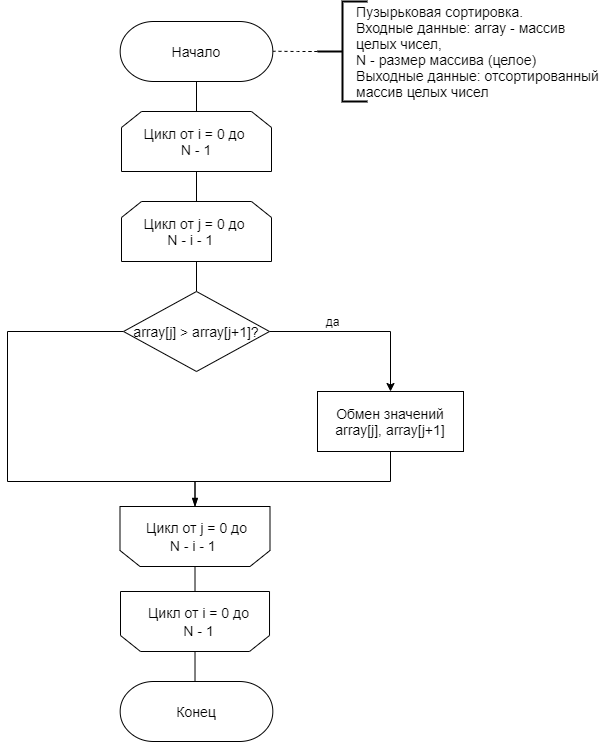
The draw.io diagram lab_03/report/diagrams/bubble.png in leontartykov/bmstu_sem_5_aa, before a commit. Source tidied: cells renumbered, new cells last; positions are measured from the earlier drawing's top-left corner, leaving out a move shared by most shapes. Its diagram source:
```xml
<mxGraphModel>
  <root>
    <mxCell id="0" />
    <mxCell id="1" parent="0" />
    <mxCell id="2" style="edgeStyle=orthogonalEdgeStyle;rounded=0;jettySize=auto;html=1;entryX=0.5;entryY=0;entryDx=0;entryDy=0;endArrow=none;endFill=0;" parent="1" edge="1" source="3" target="5">
      <mxGeometry relative="1" as="geometry" />
    </mxCell>
    <mxCell id="3" value="&lt;span style=&quot;font-size: 14px&quot;&gt;Начало&lt;/span&gt;" style="strokeWidth=1;html=1;shape=(stored shape, 464 characters);whiteSpace=wrap;" parent="1" vertex="1">
      <mxGeometry x="79" y="20" width="220" height="60" as="geometry" />
    </mxCell>
    <mxCell id="4" style="edgeStyle=orthogonalEdgeStyle;rounded=0;jettySize=auto;html=1;entryX=0.5;entryY=0;entryDx=0;entryDy=0;endArrow=none;endFill=0;" parent="1" edge="1" source="5" target="12">
      <mxGeometry relative="1" as="geometry" />
    </mxCell>
    <mxCell id="5" value="&lt;font style=&quot;font-size: 14px&quot;&gt;Цикл от i = 0 до &lt;br&gt;N - 1&lt;/font&gt;" style="shape=loopLimit;whiteSpace=wrap;html=1;" parent="1" vertex="1">
      <mxGeometry x="114" y="110" width="150" height="60" as="geometry" />
    </mxCell>
    <mxCell id="6" style="edgeStyle=orthogonalEdgeStyle;rounded=0;jettySize=auto;html=1;exitX=0.5;exitY=1;exitDx=0;exitDy=0;entryX=0.5;entryY=1;entryDx=0;entryDy=0;endArrow=blockThin;endFill=1;" parent="1" edge="1" source="7" target="19">
      <mxGeometry relative="1" as="geometry">
        <Array as="points">
          <mxPoint x="383" y="480" />
          <mxPoint x="187" y="480" />
          <mxPoint x="187" y="505" />
        </Array>
      </mxGeometry>
    </mxCell>
    <mxCell id="7" value="&lt;font style=&quot;font-size: 14px&quot;&gt;Обмен значений&lt;br&gt;array[j], array[j+1]&lt;/font&gt;" style="rounded=0;whiteSpace=wrap;html=1;" parent="1" vertex="1">
      <mxGeometry x="310" y="390" width="146" height="60" as="geometry" />
    </mxCell>
    <mxCell id="8" style="edgeStyle=orthogonalEdgeStyle;rounded=0;jettySize=auto;html=1;exitX=0;exitY=0.5;exitDx=0;exitDy=0;exitPerimeter=0;entryX=1;entryY=0.5;entryDx=0;entryDy=0;entryPerimeter=0;endArrow=none;endFill=0;dashed=1;" parent="1" edge="1" source="10" target="3">
      <mxGeometry relative="1" as="geometry" />
    </mxCell>
    <mxCell id="9" style="edgeStyle=orthogonalEdgeStyle;rounded=0;jettySize=auto;html=1;dashed=1;endArrow=none;endFill=0;entryX=0.848;entryY=0.496;entryDx=0;entryDy=0;entryPerimeter=0;" parent="1" edge="1" source="10" target="3">
      <mxGeometry relative="1" as="geometry" />
    </mxCell>
    <mxCell id="10" style="strokeWidth=2;html=1;shape=mxgraph.flowchart.annotation_2;align=left;labelPosition=right;" parent="1" vertex="1">
      <mxGeometry x="310" width="50" height="100" as="geometry" />
    </mxCell>
    <mxCell id="11" value="&lt;div style=&quot;text-align: left&quot;&gt;&lt;span style=&quot;font-size: 14px&quot;&gt;Пузырьковая сортировка.&lt;/span&gt;&lt;/div&gt;&lt;font style=&quot;font-size: 14px&quot;&gt;&lt;div style=&quot;text-align: left&quot;&gt;&lt;span&gt;Входные данные: array - массив&lt;/span&gt;&lt;/div&gt;&lt;div style=&quot;text-align: left&quot;&gt;&lt;span&gt;целых чисел,&lt;/span&gt;&lt;/div&gt;&lt;div style=&quot;text-align: left&quot;&gt;&lt;span&gt;N - размер массива (целое)&lt;/span&gt;&lt;/div&gt;&lt;div style=&quot;text-align: left&quot;&gt;&lt;span&gt;Выходные данные: отсортированный&lt;/span&gt;&lt;/div&gt;&lt;div style=&quot;text-align: left&quot;&gt;&lt;span&gt;массив целых чисел&lt;/span&gt;&lt;/div&gt;&lt;/font&gt;" style="text;html=1;align=center;verticalAlign=middle;strokeColor=none;" parent="1" vertex="1">
      <mxGeometry x="340" y="5" width="260" height="90" as="geometry" />
    </mxCell>
    <mxCell id="12" value="&lt;span style=&quot;font-size: 14px&quot;&gt;Цикл от j = 0 до&amp;nbsp;&lt;br&gt;N - i - 1&amp;nbsp; &amp;nbsp;&lt;/span&gt;" style="shape=loopLimit;whiteSpace=wrap;html=1;" parent="1" vertex="1">
      <mxGeometry x="114" y="200" width="150" height="60" as="geometry" />
    </mxCell>
    <mxCell id="13" style="edgeStyle=orthogonalEdgeStyle;rounded=0;jettySize=auto;html=1;entryX=0.5;entryY=0;entryDx=0;entryDy=0;" parent="1" edge="1" source="16" target="7">
      <mxGeometry relative="1" as="geometry" />
    </mxCell>
    <mxCell id="14" style="edgeStyle=orthogonalEdgeStyle;rounded=0;jettySize=auto;html=1;exitX=0.5;exitY=0;exitDx=0;exitDy=0;exitPerimeter=0;entryX=0.5;entryY=1;entryDx=0;entryDy=0;endArrow=none;endFill=0;" parent="1" edge="1" source="16" target="12">
      <mxGeometry relative="1" as="geometry" />
    </mxCell>
    <mxCell id="15" style="edgeStyle=orthogonalEdgeStyle;rounded=0;jettySize=auto;html=1;exitX=0;exitY=0.5;exitDx=0;exitDy=0;exitPerimeter=0;entryX=0.5;entryY=1;entryDx=0;entryDy=0;endArrow=blockThin;endFill=1;" parent="1" edge="1" source="16" target="19">
      <mxGeometry relative="1" as="geometry">
        <Array as="points">
          <mxPoint y="330" />
          <mxPoint y="480" />
          <mxPoint x="187" y="480" />
          <mxPoint x="187" y="505" />
        </Array>
      </mxGeometry>
    </mxCell>
    <mxCell id="16" value="&lt;font style=&quot;font-size: 14px&quot;&gt;array[j] &amp;gt; array[j+1]?&lt;/font&gt;" style="strokeWidth=1;html=1;shape=mxgraph.flowchart.decision;whiteSpace=wrap;" parent="1" vertex="1">
      <mxGeometry x="116" y="290" width="146" height="80" as="geometry" />
    </mxCell>
    <mxCell id="17" value="да&lt;br&gt;" style="text;html=1;align=center;verticalAlign=middle;strokeColor=none;" parent="1" vertex="1">
      <mxGeometry x="310" y="310" width="30" height="20" as="geometry" />
    </mxCell>
    <mxCell id="18" style="group;" parent="1" vertex="1">
      <mxGeometry x="112.5" y="505" width="153" height="60" as="geometry" />
    </mxCell>
    <mxCell id="19" style="shape=loopLimit;whiteSpace=wrap;html=1;rotation=-180;" parent="18" vertex="1">
      <mxGeometry width="150" height="60" as="geometry" />
    </mxCell>
    <mxCell id="20" value="&lt;span style=&quot;font-size: 14px&quot;&gt;Цикл от j = 0 до&amp;nbsp;&lt;/span&gt;&lt;br style=&quot;font-size: 14px&quot;&gt;&lt;span style=&quot;font-size: 14px&quot;&gt;N - i - 1&amp;nbsp; &amp;nbsp;&lt;/span&gt;" style="text;html=1;align=center;verticalAlign=middle;strokeColor=none;" parent="18" vertex="1">
      <mxGeometry x="18" y="15" width="120" height="30" as="geometry" />
    </mxCell>
    <mxCell id="21" style="group;" parent="1" vertex="1">
      <mxGeometry x="113" y="590" width="152" height="60" as="geometry" />
    </mxCell>
    <mxCell id="22" style="shape=loopLimit;whiteSpace=wrap;html=1;rotation=-180;" parent="21" vertex="1">
      <mxGeometry width="149" height="60" as="geometry" />
    </mxCell>
    <mxCell id="23" value="&lt;span style=&quot;font-size: 14px&quot;&gt;Цикл от i = 0 до&lt;/span&gt;&lt;br style=&quot;font-size: 14px&quot;&gt;&lt;span style=&quot;font-size: 14px&quot;&gt;N - 1&lt;/span&gt;" style="text;html=1;align=center;verticalAlign=middle;strokeColor=none;" parent="21" vertex="1">
      <mxGeometry x="17.9" y="15" width="120" height="30" as="geometry" />
    </mxCell>
    <mxCell id="24" style="edgeStyle=orthogonalEdgeStyle;rounded=0;jettySize=auto;html=1;exitX=0.5;exitY=0;exitDx=0;exitDy=0;entryX=0.5;entryY=0;entryDx=0;entryDy=0;entryPerimeter=0;endArrow=none;endFill=0;" parent="1" edge="1" source="22">
      <mxGeometry relative="1" as="geometry">
        <mxPoint x="187.5" y="680" as="targetPoint" />
      </mxGeometry>
    </mxCell>
    <mxCell id="25" style="edgeStyle=orthogonalEdgeStyle;rounded=0;jettySize=auto;html=1;exitX=0.5;exitY=1;exitDx=0;exitDy=0;entryX=0.5;entryY=0;entryDx=0;entryDy=0;endArrow=none;endFill=0;" parent="1" edge="1" source="22" target="19">
      <mxGeometry relative="1" as="geometry" />
    </mxCell>
    <mxCell id="26" value="&lt;span style=&quot;font-size: 14px&quot;&gt;Конец&lt;/span&gt;" style="strokeWidth=1;html=1;shape=(stored shape, 464 characters);whiteSpace=wrap;" parent="1" vertex="1">
      <mxGeometry x="79" y="680" width="220" height="60" as="geometry" />
    </mxCell>
  </root>
</mxGraphModel>
```
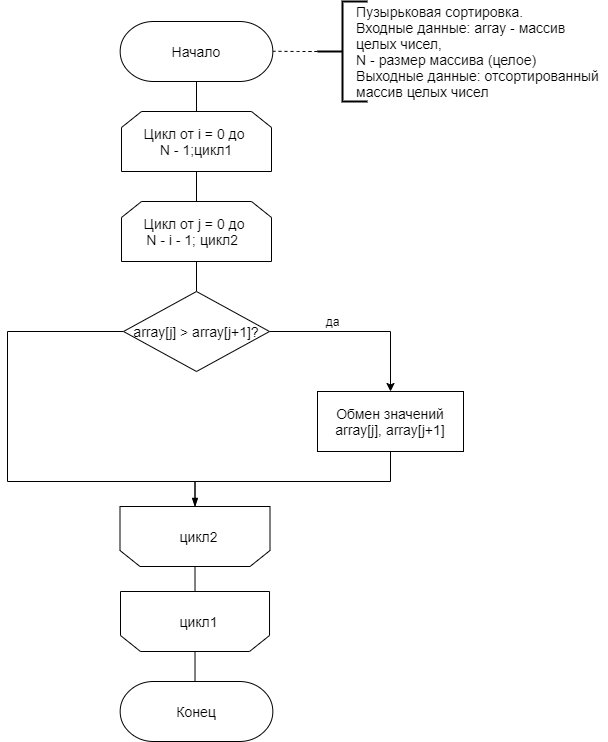
Later version of the same file.

The edit, as a diff of the source:
```diff
@@ -11,7 +11,7 @@
     <mxCell id="4" style="edgeStyle=orthogonalEdgeStyle;rounded=0;jettySize=auto;html=1;entryX=0.5;entryY=0;entryDx=0;entryDy=0;endArrow=none;endFill=0;" parent="1" edge="1" source="5" target="12">
       <mxGeometry relative="1" as="geometry" />
     </mxCell>
-    <mxCell id="5" value="&lt;font style=&quot;font-size: 14px&quot;&gt;Цикл от i = 0 до &lt;br&gt;N - 1&lt;/font&gt;" style="shape=loopLimit;whiteSpace=wrap;html=1;" parent="1" vertex="1">
+    <mxCell id="5" value="&lt;font style=&quot;font-size: 14px&quot;&gt;Цикл от i = 0 до &lt;br&gt;N - 1;цикл1&lt;/font&gt;" style="shape=loopLimit;whiteSpace=wrap;html=1;" parent="1" vertex="1">
       <mxGeometry x="114" y="110" width="150" height="60" as="geometry" />
     </mxCell>
     <mxCell id="6" style="edgeStyle=orthogonalEdgeStyle;rounded=0;jettySize=auto;html=1;exitX=0.5;exitY=1;exitDx=0;exitDy=0;entryX=0.5;entryY=1;entryDx=0;entryDy=0;endArrow=blockThin;endFill=1;" parent="1" edge="1" source="7" target="19">
@@ -38,7 +38,7 @@
     <mxCell id="11" value="&lt;div style=&quot;text-align: left&quot;&gt;&lt;span style=&quot;font-size: 14px&quot;&gt;Пузырьковая сортировка.&lt;/span&gt;&lt;/div&gt;&lt;font style=&quot;font-size: 14px&quot;&gt;&lt;div style=&quot;text-align: left&quot;&gt;&lt;span&gt;Входные данные: array - массив&lt;/span&gt;&lt;/div&gt;&lt;div style=&quot;text-align: left&quot;&gt;&lt;span&gt;целых чисел,&lt;/span&gt;&lt;/div&gt;&lt;div style=&quot;text-align: left&quot;&gt;&lt;span&gt;N - размер массива (целое)&lt;/span&gt;&lt;/div&gt;&lt;div style=&quot;text-align: left&quot;&gt;&lt;span&gt;Выходные данные: отсортированный&lt;/span&gt;&lt;/div&gt;&lt;div style=&quot;text-align: left&quot;&gt;&lt;span&gt;массив целых чисел&lt;/span&gt;&lt;/div&gt;&lt;/font&gt;" style="text;html=1;align=center;verticalAlign=middle;strokeColor=none;" parent="1" vertex="1">
       <mxGeometry x="340" y="5" width="260" height="90" as="geometry" />
     </mxCell>
-    <mxCell id="12" value="&lt;span style=&quot;font-size: 14px&quot;&gt;Цикл от j = 0 до&amp;nbsp;&lt;br&gt;N - i - 1&amp;nbsp; &amp;nbsp;&lt;/span&gt;" style="shape=loopLimit;whiteSpace=wrap;html=1;" parent="1" vertex="1">
+    <mxCell id="12" value="&lt;span style=&quot;font-size: 14px&quot;&gt;Цикл от j = 0 до&amp;nbsp;&lt;br&gt;N - i - 1; цикл2&amp;nbsp;&amp;nbsp;&lt;/span&gt;" style="shape=loopLimit;whiteSpace=wrap;html=1;" parent="1" vertex="1">
       <mxGeometry x="114" y="200" width="150" height="60" as="geometry" />
     </mxCell>
     <mxCell id="13" style="edgeStyle=orthogonalEdgeStyle;rounded=0;jettySize=auto;html=1;entryX=0.5;entryY=0;entryDx=0;entryDy=0;" parent="1" edge="1" source="16" target="7">
@@ -69,8 +69,8 @@
     <mxCell id="19" style="shape=loopLimit;whiteSpace=wrap;html=1;rotation=-180;" parent="18" vertex="1">
       <mxGeometry width="150" height="60" as="geometry" />
     </mxCell>
-    <mxCell id="20" value="&lt;span style=&quot;font-size: 14px&quot;&gt;Цикл от j = 0 до&amp;nbsp;&lt;/span&gt;&lt;br style=&quot;font-size: 14px&quot;&gt;&lt;span style=&quot;font-size: 14px&quot;&gt;N - i - 1&amp;nbsp; &amp;nbsp;&lt;/span&gt;" style="text;html=1;align=center;verticalAlign=middle;strokeColor=none;" parent="18" vertex="1">
-      <mxGeometry x="18" y="15" width="120" height="30" as="geometry" />
+    <mxCell id="20" value="&lt;span style=&quot;font-size: 14px&quot;&gt;цикл2&lt;/span&gt;" style="text;html=1;align=center;verticalAlign=middle;strokeColor=none;" parent="18" vertex="1">
+      <mxGeometry x="53" y="20" width="50" height="20" as="geometry" />
     </mxCell>
     <mxCell id="21" style="group;" parent="1" vertex="1">
       <mxGeometry x="113" y="590" width="152" height="60" as="geometry" />
@@ -78,8 +78,8 @@
     <mxCell id="22" style="shape=loopLimit;whiteSpace=wrap;html=1;rotation=-180;" parent="21" vertex="1">
       <mxGeometry width="149" height="60" as="geometry" />
     </mxCell>
-    <mxCell id="23" value="&lt;span style=&quot;font-size: 14px&quot;&gt;Цикл от i = 0 до&lt;/span&gt;&lt;br style=&quot;font-size: 14px&quot;&gt;&lt;span style=&quot;font-size: 14px&quot;&gt;N - 1&lt;/span&gt;" style="text;html=1;align=center;verticalAlign=middle;strokeColor=none;" parent="21" vertex="1">
-      <mxGeometry x="17.9" y="15" width="120" height="30" as="geometry" />
+    <mxCell id="23" value="&lt;span style=&quot;font-size: 14px&quot;&gt;цикл1&lt;/span&gt;" style="text;html=1;align=center;verticalAlign=middle;strokeColor=none;" parent="21" vertex="1">
+      <mxGeometry x="52.9" y="20" width="50" height="20" as="geometry" />
     </mxCell>
     <mxCell id="24" style="edgeStyle=orthogonalEdgeStyle;rounded=0;jettySize=auto;html=1;exitX=0.5;exitY=0;exitDx=0;exitDy=0;entryX=0.5;entryY=0;entryDx=0;entryDy=0;entryPerimeter=0;endArrow=none;endFill=0;" parent="1" edge="1" source="22">
       <mxGeometry relative="1" as="geometry">
```
